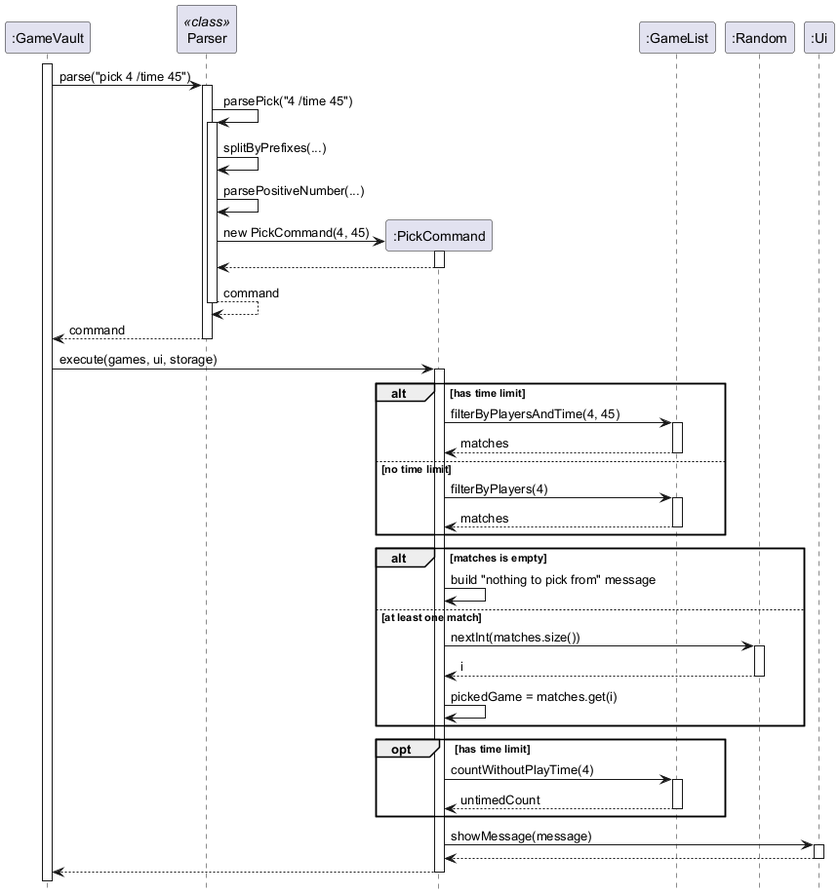
This is docs/images/PickSequence.png from MohamedFarsat/tp, a PlantUML export, as it was before one commit.
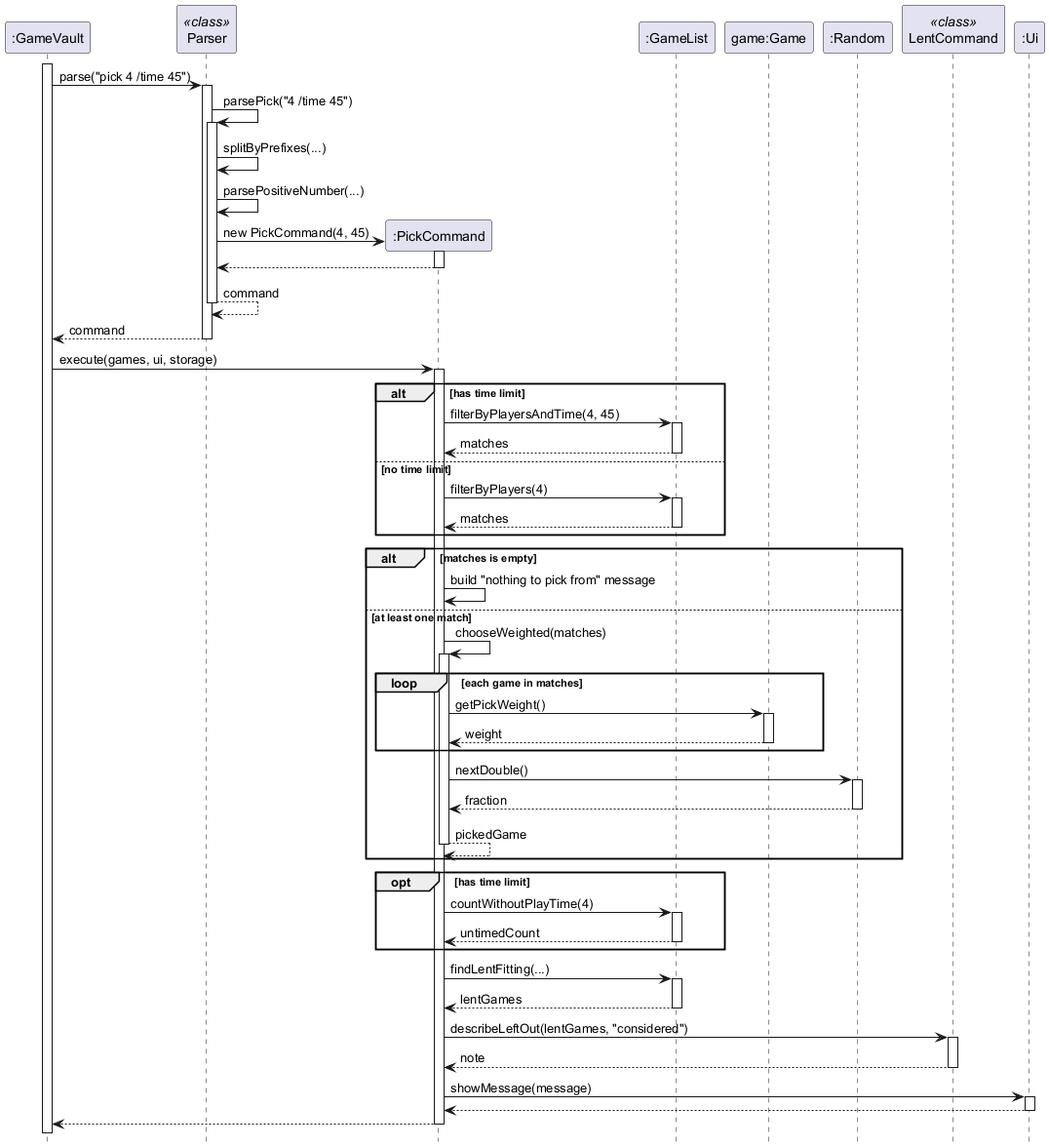
The same diagram one commit later.

Commit message:
Describe pick as it works after #59

Once #59 is merged, pick chooses by rating weight with nextDouble()
and leaves lent games out, so the steps and diagram now show
chooseWeighted, getPickWeight and the lent games note.

The edit, as a diff of the source:
```diff
@@ -6,7 +6,9 @@
 participant "Parser" as P <<class>>
 participant ":PickCommand" as PC
 participant ":GameList" as GL
+participant "game:Game" as G
 participant ":Random" as R
+participant "LentCommand" as LC <<class>>
 participant ":Ui" as UI
 
 activate GV
@@ -43,11 +45,20 @@
 alt matches is empty
   PC -> PC : build "nothing to pick from" message
 else at least one match
-  PC -> R : nextInt(matches.size())
+  PC -> PC : chooseWeighted(matches)
+  activate PC
+  loop each game in matches
+    PC -> G : getPickWeight()
+    activate G
+    G --> PC : weight
+    deactivate G
+  end
+  PC -> R : nextDouble()
   activate R
-  R --> PC : i
+  R --> PC : fraction
   deactivate R
-  PC -> PC : pickedGame = matches.get(i)
+  PC --> PC : pickedGame
+  deactivate PC
 end
 
 opt has time limit
@@ -57,6 +68,15 @@
   deactivate GL
 end
 
+PC -> GL : findLentFitting(...)
+activate GL
+GL --> PC : lentGames
+deactivate GL
+PC -> LC : describeLeftOut(lentGames, "considered")
+activate LC
+LC --> PC : note
+deactivate LC
+
 PC -> UI : showMessage(message)
 activate UI
 UI --> PC
```
